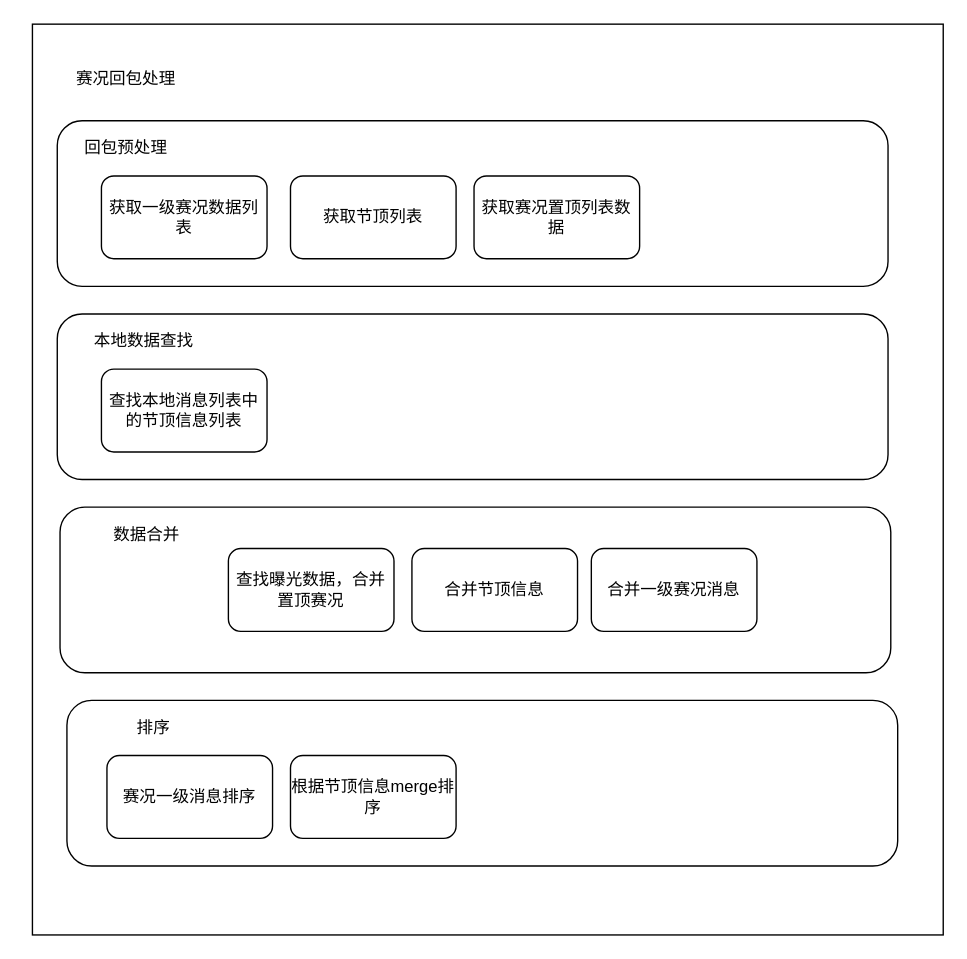
This is Untitled Diagram.drawio from SGZoom/leetcode, a draw.io file, before an edit. Source tidied: cells renumbered, new cells numbered last; positions are measured from the earlier drawing's top-left corner, leaving out a move shared by most shapes. Both pictures are drawn from the tidied source at 138%, with x=0, y=0 at pixel (23, 23).
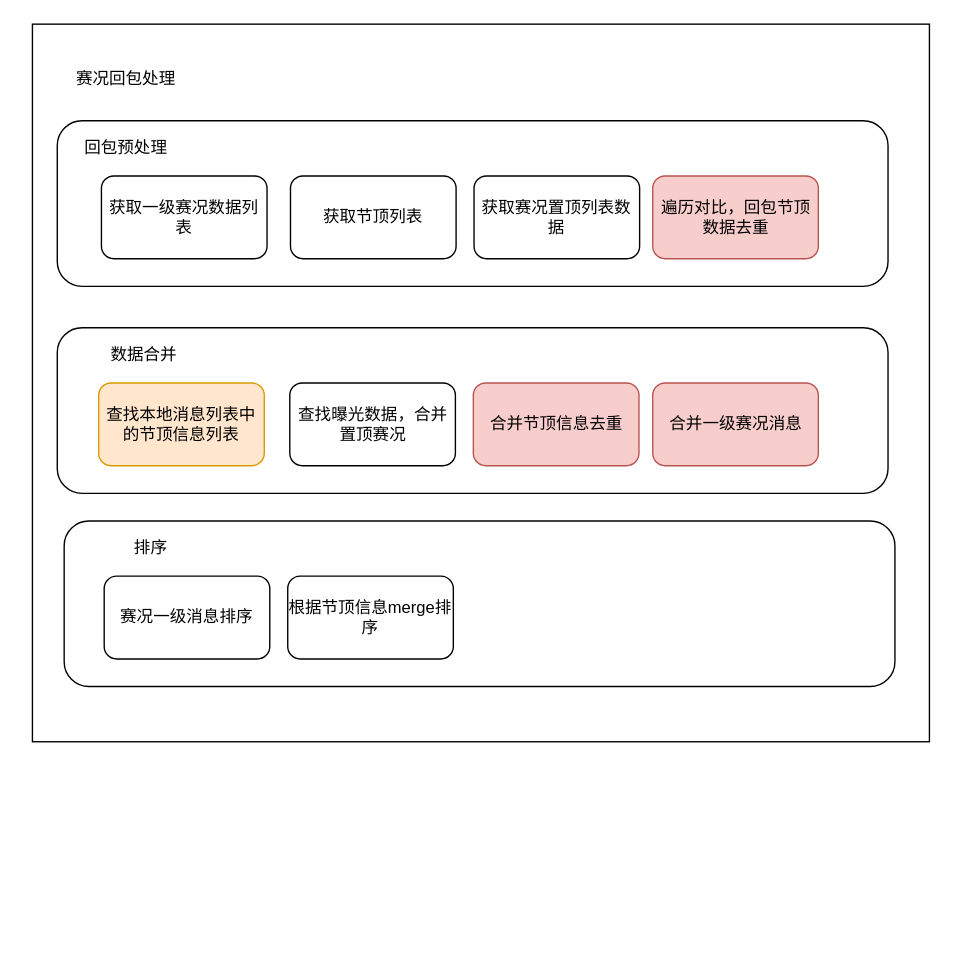
After the change.

What changed in the source:
```diff
@@
     <mxCell id="2" style="rounded=0;whiteSpace=wrap;html=1;" parent="1" vertex="1">
-      <mxGeometry x="6" width="660" height="660" as="geometry" />
+      <mxGeometry x="6" width="650" height="520" as="geometry" />
     </mxCell>
@@
-    <mxCell id="9" style="rounded=1;whiteSpace=wrap;html=1;" parent="1" vertex="1">
-      <mxGeometry x="24" y="210" width="602" height="120" as="geometry" />
-    </mxCell>
-    <mxCell id="10" value="本地数据查找" style="text;html=1;strokeColor=none;fillColor=none;align=center;verticalAlign=middle;whiteSpace=wrap;rounded=0;" parent="1" vertex="1">
-      <mxGeometry x="38" y="220" width="98" height="20" as="geometry" />
-    </mxCell>
-    <mxCell id="11" value="查找本地消息列表中的节顶信息列表" style="rounded=1;whiteSpace=wrap;html=1;" parent="1" vertex="1">
-      <mxGeometry x="56" y="250" width="120" height="60" as="geometry" />
-    </mxCell>
     <mxCell id="12" style="rounded=1;whiteSpace=wrap;html=1;" parent="1" vertex="1">
-      <mxGeometry x="26" y="350" width="602" height="120" as="geometry" />
+      <mxGeometry x="24" y="220" width="602" height="120" as="geometry" />
     </mxCell>
     <mxCell id="13" value="数据合并" style="text;html=1;strokeColor=none;fillColor=none;align=center;verticalAlign=middle;whiteSpace=wrap;rounded=0;" parent="1" vertex="1">
-      <mxGeometry x="40" y="360" width="98" height="20" as="geometry" />
+      <mxGeometry x="38" y="230" width="98" height="20" as="geometry" />
     </mxCell>
-    <mxCell id="14" value="合并节顶信息" style="rounded=1;whiteSpace=wrap;html=1;" parent="1" vertex="1">
-      <mxGeometry x="281" y="380" width="120" height="60" as="geometry" />
+    <mxCell id="14" value="合并节顶信息去重" style="rounded=1;whiteSpace=wrap;html=1;fillColor=#f8cecc;strokeColor=#b85450;" parent="1" vertex="1">
+      <mxGeometry x="325.5" y="260" width="120" height="60" as="geometry" />
     </mxCell>
-    <mxCell id="15" value="合并一级赛况消息" style="rounded=1;whiteSpace=wrap;html=1;" parent="1" vertex="1">
-      <mxGeometry x="411" y="380" width="120" height="60" as="geometry" />
+    <mxCell id="15" value="合并一级赛况消息" style="rounded=1;whiteSpace=wrap;html=1;fillColor=#f8cecc;strokeColor=#b85450;" parent="1" vertex="1">
+      <mxGeometry x="455.5" y="260" width="120" height="60" as="geometry" />
     </mxCell>
     <mxCell id="16" style="rounded=1;whiteSpace=wrap;html=1;" parent="1" vertex="1">
-      <mxGeometry x="31" y="490" width="602" height="120" as="geometry" />
+      <mxGeometry x="29" y="360" width="602" height="120" as="geometry" />
     </mxCell>
     <mxCell id="17" value="排序" style="text;html=1;strokeColor=none;fillColor=none;align=center;verticalAlign=middle;whiteSpace=wrap;rounded=0;" parent="1" vertex="1">
-      <mxGeometry x="45" y="500" width="98" height="20" as="geometry" />
+      <mxGeometry x="43" y="370" width="98" height="20" as="geometry" />
     </mxCell>
     <mxCell id="18" value="赛况一级消息排序" style="rounded=1;whiteSpace=wrap;html=1;" parent="1" vertex="1">
-      <mxGeometry x="60" y="530" width="120" height="60" as="geometry" />
+      <mxGeometry x="58" y="400" width="120" height="60" as="geometry" />
     </mxCell>
     <mxCell id="19" value="根据节顶信息merge排序" style="rounded=1;whiteSpace=wrap;html=1;" parent="1" vertex="1">
-      <mxGeometry x="193" y="530" width="120" height="60" as="geometry" />
+      <mxGeometry x="191" y="400" width="120" height="60" as="geometry" />
     </mxCell>
     <mxCell id="20" value="查找曝光数据，合并置顶赛况" style="rounded=1;whiteSpace=wrap;html=1;" parent="1" vertex="1">
-      <mxGeometry x="148" y="380" width="120" height="60" as="geometry" />
+      <mxGeometry x="192.5" y="260" width="120" height="60" as="geometry" />
     </mxCell>
+    <mxCell id="11" value="查找本地消息列表中的节顶信息列表" style="rounded=1;whiteSpace=wrap;html=1;fillColor=#ffe6cc;strokeColor=#d79b00;" parent="1" vertex="1">
+      <mxGeometry x="54" y="260" width="120" height="60" as="geometry" />
+    </mxCell>
+    <mxCell id="21" value="遍历对比，回包节顶数据去重" style="rounded=1;whiteSpace=wrap;html=1;fillColor=#f8cecc;strokeColor=#b85450;" parent="1" vertex="1">
+      <mxGeometry x="455.5" y="110" width="120" height="60" as="geometry" />
+    </mxCell>
```
